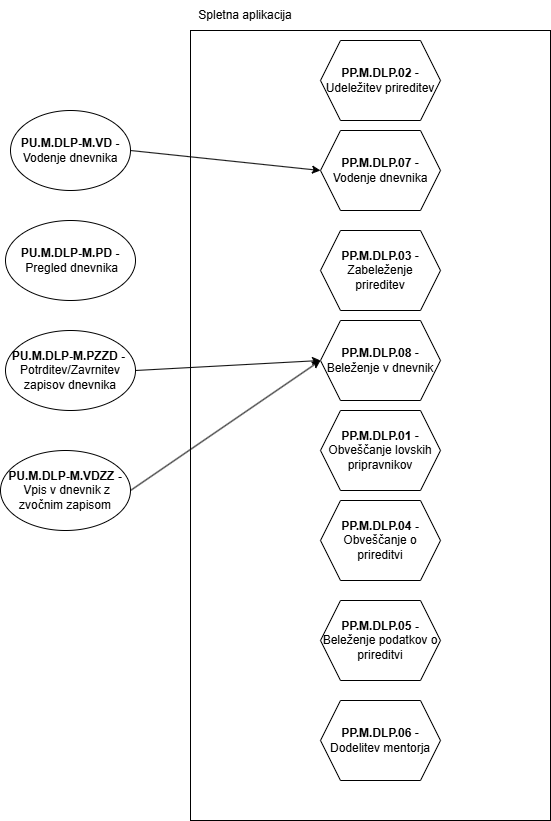
Before: Povezana poslovna pravila-Mobilna aplikacija.drawio.png, a diagram exported from draw.io (ErnestISv/Lovstvo). Source tidied: cells renumbered, new cells last; positions are measured from the earlier drawing's top-left corner, leaving out a move shared by most shapes. The source it was exported from:
```xml
<mxGraphModel>
  <root>
    <mxCell id="0" />
    <mxCell id="1" parent="0" />
    <mxCell id="2" style="rounded=0;whiteSpace=wrap;html=1;" parent="1" vertex="1">
      <mxGeometry x="190" y="30" width="360" height="790" as="geometry" />
    </mxCell>
    <mxCell id="3" value="Spletna aplikacija" style="text;html=1;align=center;verticalAlign=middle;whiteSpace=wrap;rounded=0;" parent="1" vertex="1">
      <mxGeometry x="190" width="110" height="30" as="geometry" />
    </mxCell>
    <mxCell id="4" value="&lt;b&gt;PU.M.DLP-M.VD -&lt;/b&gt; Vodenje dnevnika" style="ellipse;whiteSpace=wrap;html=1;" parent="1" vertex="1">
      <mxGeometry x="10" y="110" width="120" height="80" as="geometry" />
    </mxCell>
    <mxCell id="5" value="&lt;b&gt;PU.M.DLP-M.PZZD -&amp;nbsp;&lt;/b&gt;&lt;div&gt;Potrditev/Zavrnitev zapisov dnevnika&lt;/div&gt;" style="ellipse;whiteSpace=wrap;html=1;" parent="1" vertex="1">
      <mxGeometry x="5" y="330" width="130" height="80" as="geometry" />
    </mxCell>
    <mxCell id="6" value="&lt;b&gt;PU.M.DLP-M.VDZZ -&lt;/b&gt;&amp;nbsp;Vpis v dnevnik z zvočnim zapisom" style="ellipse;whiteSpace=wrap;html=1;" parent="1" vertex="1">
      <mxGeometry y="450" width="130" height="80" as="geometry" />
    </mxCell>
    <mxCell id="7" value="&lt;b&gt;PU.M.DLP-M.PD -&lt;/b&gt;&amp;nbsp;Pregled dnevnika" style="ellipse;whiteSpace=wrap;html=1;" parent="1" vertex="1">
      <mxGeometry x="5" y="220" width="130" height="80" as="geometry" />
    </mxCell>
    <mxCell id="8" value="&lt;b&gt;PP.M.DLP.01 &lt;/b&gt;- Obveščanje lovskih pripravnikov" style="shape=hexagon;perimeter=hexagonPerimeter2;whiteSpace=wrap;html=1;fixedSize=1;" parent="1" vertex="1">
      <mxGeometry x="320" y="410" width="120" height="80" as="geometry" />
    </mxCell>
    <mxCell id="9" value="&lt;b&gt;PP.M.DLP.07 &lt;/b&gt;- Vodenje dnevnika" style="shape=hexagon;perimeter=hexagonPerimeter2;whiteSpace=wrap;html=1;fixedSize=1;" parent="1" vertex="1">
      <mxGeometry x="320" y="130" width="120" height="80" as="geometry" />
    </mxCell>
    <mxCell id="10" value="&lt;b&gt;PP.M.DLP.08&lt;/b&gt; - Beleženje v dnevnik" style="shape=hexagon;perimeter=hexagonPerimeter2;whiteSpace=wrap;html=1;fixedSize=1;" parent="1" vertex="1">
      <mxGeometry x="320" y="320" width="120" height="80" as="geometry" />
    </mxCell>
    <mxCell id="11" style="endArrow=classic;html=1;rounded=0;exitX=1;exitY=0.5;exitDx=0;exitDy=0;entryX=0;entryY=0.5;entryDx=0;entryDy=0;" parent="1" edge="1" source="4" target="9">
      <mxGeometry relative="1" as="geometry" />
    </mxCell>
    <mxCell id="12" style="endArrow=classic;html=1;rounded=0;entryX=0;entryY=0.5;entryDx=0;entryDy=0;exitX=1;exitY=0.5;exitDx=0;exitDy=0;" parent="1" edge="1" source="5" target="10">
      <mxGeometry relative="1" as="geometry" />
    </mxCell>
    <mxCell id="13" value="&lt;b&gt;PP.M.DLP.03 &lt;/b&gt;- Zabeleženje prireditev" style="shape=hexagon;perimeter=hexagonPerimeter2;whiteSpace=wrap;html=1;fixedSize=1;" parent="1" vertex="1">
      <mxGeometry x="320" y="230" width="120" height="80" as="geometry" />
    </mxCell>
    <mxCell id="14" value="&lt;b&gt;PP.M.DLP.02 &lt;/b&gt;- Udeležitev prireditev" style="shape=hexagon;perimeter=hexagonPerimeter2;whiteSpace=wrap;html=1;fixedSize=1;" parent="1" vertex="1">
      <mxGeometry x="320" y="40" width="120" height="80" as="geometry" />
    </mxCell>
    <mxCell id="15" value="&lt;b&gt;PP.M.DLP.04 -&lt;/b&gt; Obveščanje o prireditvi" style="shape=hexagon;perimeter=hexagonPerimeter2;whiteSpace=wrap;html=1;fixedSize=1;" parent="1" vertex="1">
      <mxGeometry x="320" y="500" width="120" height="80" as="geometry" />
    </mxCell>
    <mxCell id="16" value="&lt;b&gt;PP.M.DLP.05 -&lt;/b&gt; Beleženje podatkov o prireditvi" style="shape=hexagon;perimeter=hexagonPerimeter2;whiteSpace=wrap;html=1;fixedSize=1;" parent="1" vertex="1">
      <mxGeometry x="320" y="600" width="120" height="80" as="geometry" />
    </mxCell>
    <mxCell id="17" value="&lt;b&gt;PP.M.DLP.06&lt;/b&gt; - Dodelitev mentorja" style="shape=hexagon;perimeter=hexagonPerimeter2;whiteSpace=wrap;html=1;fixedSize=1;" parent="1" vertex="1">
      <mxGeometry x="320" y="700" width="120" height="80" as="geometry" />
    </mxCell>
    <mxCell id="18" style="endArrow=classic;html=1;rounded=0;exitX=1;exitY=0.5;exitDx=0;exitDy=0;entryX=0;entryY=0.5;entryDx=0;entryDy=0;" parent="1" edge="1" source="6" target="10">
      <mxGeometry relative="1" as="geometry" />
    </mxCell>
  </root>
</mxGraphModel>
```
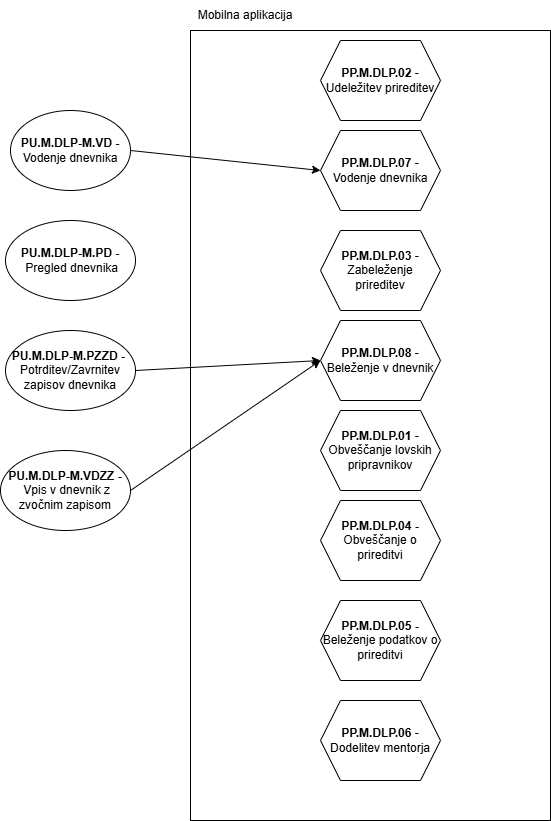
After the change.

What changed in the source:
```diff
@@ -5,7 +5,7 @@
     <mxCell id="2" style="rounded=0;whiteSpace=wrap;html=1;" parent="1" vertex="1">
       <mxGeometry x="190" y="30" width="360" height="790" as="geometry" />
     </mxCell>
-    <mxCell id="3" value="Spletna aplikacija" style="text;html=1;align=center;verticalAlign=middle;whiteSpace=wrap;rounded=0;" parent="1" vertex="1">
+    <mxCell id="3" value="Mobilna aplikacija" style="text;html=1;align=center;verticalAlign=middle;whiteSpace=wrap;rounded=0;" parent="1" vertex="1">
       <mxGeometry x="190" width="110" height="30" as="geometry" />
     </mxCell>
     <mxCell id="4" value="&lt;b&gt;PU.M.DLP-M.VD -&lt;/b&gt; Vodenje dnevnika" style="ellipse;whiteSpace=wrap;html=1;" parent="1" vertex="1">
```
